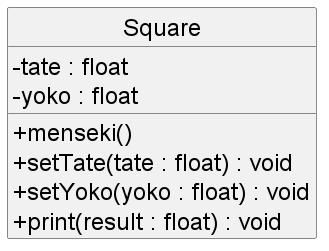
This is WorkSheet/img/Square.png from K-Todakun/java-homework, a PlantUML export, as it was before one commit.
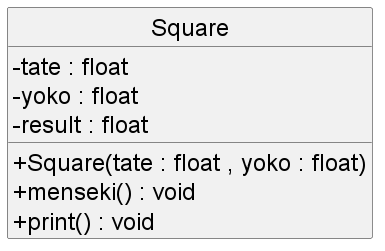
The same diagram one commit later.

Commit message:
squareのクラス図修正

Change to the diagram source:
```diff
@@ -11,9 +11,9 @@
 class Square {
 -tate : float
 -yoko : float
-+menseki()
-+setTate(tate : float) : void
-+setYoko(yoko : float) : void
-+print(result : float) : void
+-result : float
++Square(tate : float , yoko : float)
++menseki() : void
++print() : void
 }
 @enduml
```
